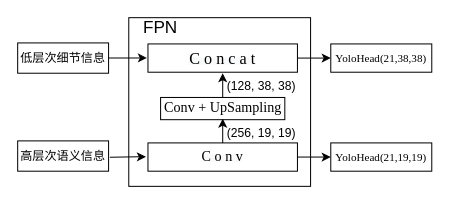
Above: fpnn.drawio in zjie134/blog_pic (draw.io), before the change. Source tidied: cells renumbered, new cells numbered last; positions are measured from the earlier drawing's top-left corner, leaving out a move shared by most shapes. Both pictures are drawn from the tidied source at 101%, with x=0, y=0 at pixel (17, 17).
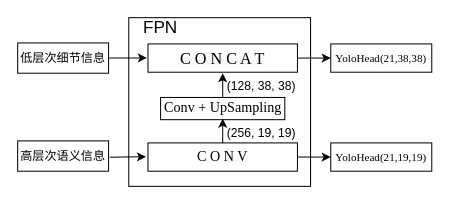
The same diagram, later.

What changed in the source:
```diff
@@
-    <mxCell id="4" value="&lt;span style=&quot;color: rgb(0 , 0 , 0) ; font-style: normal ; letter-spacing: normal ; text-align: center ; text-indent: 0px ; text-transform: none ; word-spacing: 0px ; background-color: rgb(248 , 249 , 250) ; display: inline ; float: none&quot;&gt;&lt;font style=&quot;font-size: 14px&quot; face=&quot;Times New Roman&quot;&gt;C o n v&lt;/font&gt;&lt;/span&gt;" style="rounded=0;whiteSpace=wrap;html=1;strokeWidth=1;fontSize=7;" parent="1" vertex="1">
+    <mxCell id="4" value="&lt;span style=&quot;color: rgb(0 , 0 , 0) ; font-style: normal ; letter-spacing: normal ; text-align: center ; text-indent: 0px ; text-transform: none ; word-spacing: 0px ; background-color: rgb(248 , 249 , 250) ; display: inline ; float: none&quot;&gt;&lt;font style=&quot;font-size: 14px&quot; face=&quot;Times New Roman&quot;&gt;C O N V&lt;/font&gt;&lt;/span&gt;" style="rounded=0;whiteSpace=wrap;html=1;strokeWidth=1;fontSize=7;" parent="1" vertex="1">
       <mxGeometry x="129" y="124" width="148" height="28" as="geometry" />
     </mxCell>
-    <mxCell id="5" value="&lt;span style=&quot;color: rgb(0 , 0 , 0) ; font-style: normal ; letter-spacing: normal ; text-align: center ; text-indent: 0px ; text-transform: none ; word-spacing: 0px ; background-color: rgb(248 , 249 , 250) ; display: inline ; float: none&quot;&gt;&lt;font style=&quot;font-size: 16px&quot; face=&quot;Times New Roman&quot;&gt;C o n c a t&lt;/font&gt;&lt;/span&gt;" style="rounded=0;whiteSpace=wrap;html=1;strokeWidth=1;fontSize=7;" parent="1" vertex="1">
+    <mxCell id="5" value="&lt;span style=&quot;color: rgb(0 , 0 , 0) ; font-style: normal ; letter-spacing: normal ; text-align: center ; text-indent: 0px ; text-transform: none ; word-spacing: 0px ; background-color: rgb(248 , 249 , 250) ; display: inline ; float: none&quot;&gt;&lt;font style=&quot;font-size: 16px&quot; face=&quot;Times New Roman&quot;&gt;C O N C A T&lt;/font&gt;&lt;/span&gt;" style="rounded=0;whiteSpace=wrap;html=1;strokeWidth=1;fontSize=7;" parent="1" vertex="1">
       <mxGeometry x="129" y="26" width="148" height="28" as="geometry" />
     </mxCell>
```
